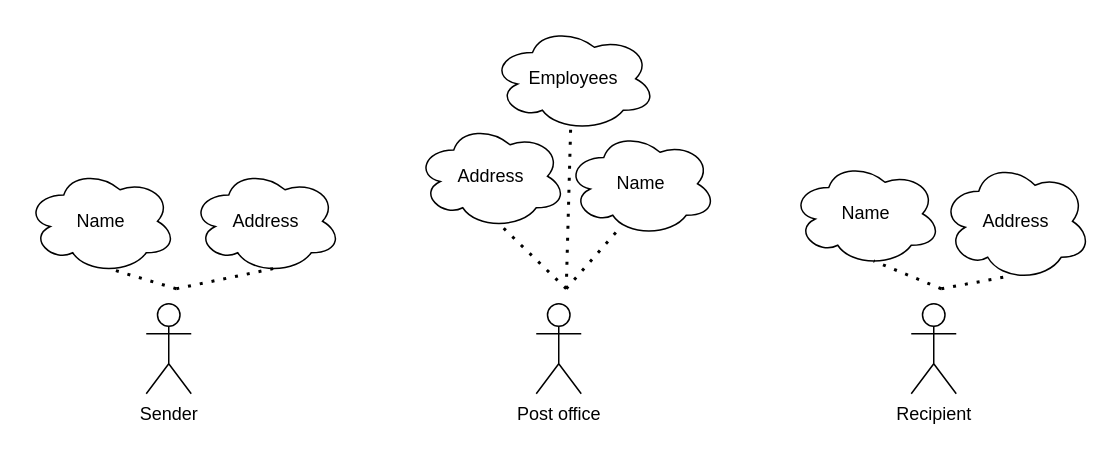
This is page "Page-1" (1 of 4) of Untitled Diagram.drawio from kblankenhorn/CFLMS-KimberleyB-CodeReview-09, a draw.io file, before an edit. Source tidied: cells renumbered, new cells numbered last; positions are measured from the earlier drawing's top-left corner, leaving out a move shared by most shapes. Both pictures are drawn from the tidied source at 150%, with x=0, y=0 at pixel (26, 26).
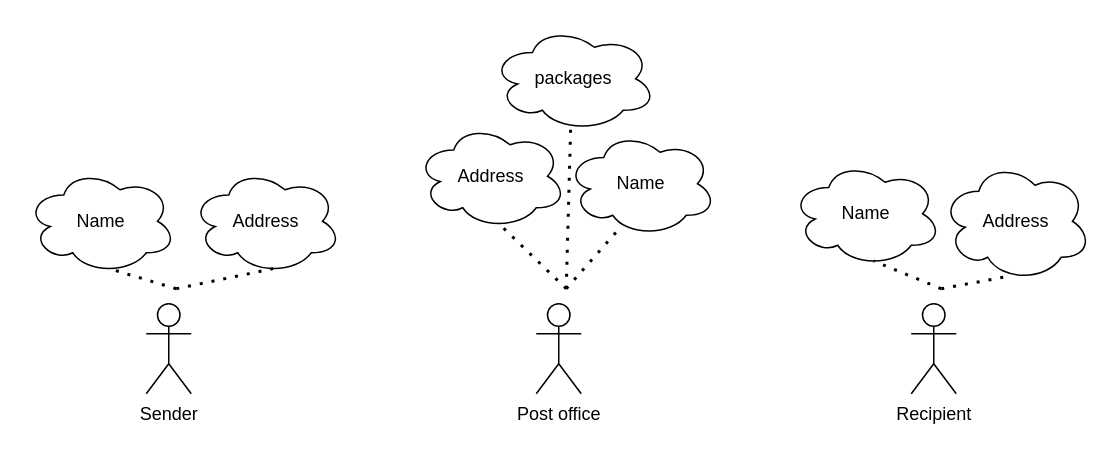
The same page after the edit.

Change to the diagram source:
```diff
@@
-    <mxCell id="11" value="Employees" style="ellipse;shape=cloud;whiteSpace=wrap;html=1;" parent="1" vertex="1">
+    <mxCell id="11" value="packages" style="ellipse;shape=cloud;whiteSpace=wrap;html=1;" parent="1" vertex="1">
       <mxGeometry x="310" width="110" height="70" as="geometry" />
     </mxCell>
```
